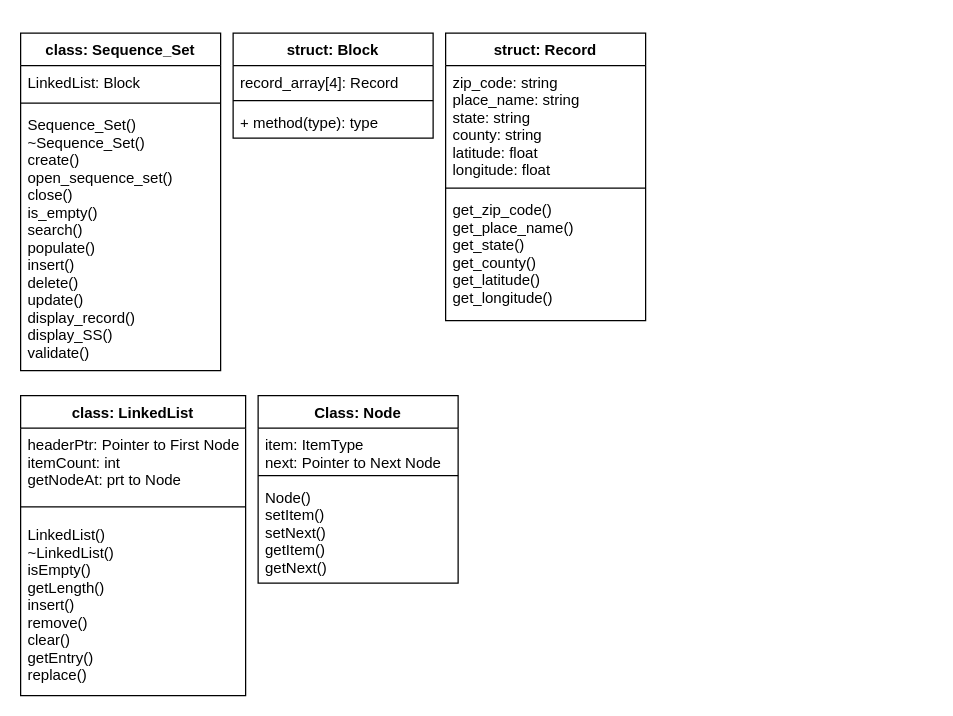
Above: UML.drawio in chrismd2/CSci-331-Goup-6 (draw.io), before the change. Source tidied: cells renumbered, new cells numbered last; positions are measured from the earlier drawing's top-left corner, leaving out a move shared by most shapes. Both pictures are drawn from the tidied source at 125%, with x=0, y=0 at pixel (20, 32).
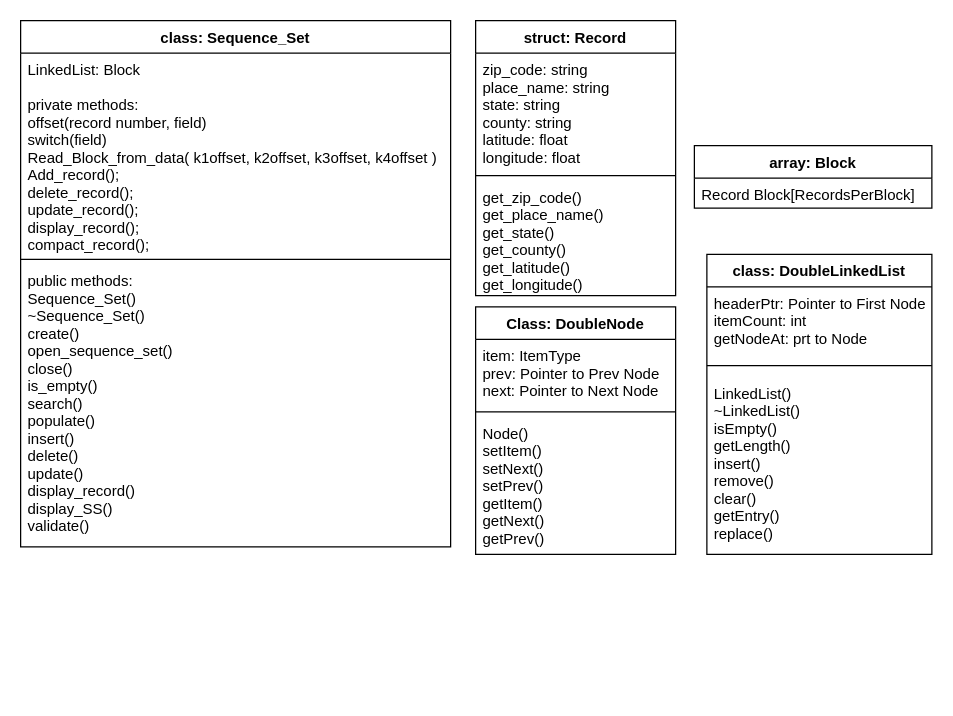
After the change.

Commit message:
Update UML with private methods and to doubley linked list

What changed in the source:
```diff
@@
     <mxCell id="2" value="class: Sequence_Set" style="swimlane;fontStyle=1;align=center;verticalAlign=top;horizontal=1;startSize=26;" parent="1" vertex="1">
-      <mxGeometry width="160" height="270" as="geometry" />
+      <mxGeometry y="-10" width="344" height="421" as="geometry" />
     </mxCell>
-    <mxCell id="3" value="LinkedList: Block" style="text;strokeColor=none;fillColor=none;align=left;verticalAlign=top;spacingLeft=4;spacingRight=4;overflow=hidden;" parent="2" vertex="1">
-      <mxGeometry y="26" width="160" height="26" as="geometry" />
+    <mxCell id="3" value="LinkedList: Block&#10;&#10;private methods:&#10;offset(record number, field)&#10;switch(field)&#10;Read_Block_from_data( k1offset, k2offset, k3offset, k4offset )&#10;Add_record();&#10;delete_record();&#10;update_record();&#10;display_record();&#10;compact_record();&#10;" style="text;strokeColor=none;fillColor=none;align=left;verticalAlign=top;spacingLeft=4;spacingRight=4;overflow=hidden;" parent="2" vertex="1">
+      <mxGeometry y="26" width="344" height="161" as="geometry" />
     </mxCell>
     <mxCell id="4" style="line;strokeWidth=1;fillColor=none;align=left;verticalAlign=middle;spacingTop=-1;spacingLeft=3;spacingRight=3;labelPosition=right;" parent="2" vertex="1">
-      <mxGeometry y="52" width="160" height="8" as="geometry" />
+      <mxGeometry y="187" width="344" height="8" as="geometry" />
     </mxCell>
-    <mxCell id="5" value="Sequence_Set()&#10;~Sequence_Set()&#10;create()&#10;open_sequence_set()&#10;close()&#10;is_empty()&#10;search()&#10;populate()&#10;insert()&#10;delete()&#10;update()&#10;display_record()&#10;display_SS()&#10;validate()" style="text;strokeColor=none;fillColor=none;align=left;verticalAlign=top;spacingLeft=4;spacingRight=4;overflow=hidden;" parent="2" vertex="1">
-      <mxGeometry y="60" width="160" height="210" as="geometry" />
+    <mxCell id="5" value="public methods:&#10;Sequence_Set()&#10;~Sequence_Set()&#10;create()&#10;open_sequence_set()&#10;close()&#10;is_empty()&#10;search()&#10;populate()&#10;insert()&#10;delete()&#10;update()&#10;display_record()&#10;display_SS()&#10;validate()" style="text;strokeColor=none;fillColor=none;align=left;verticalAlign=top;spacingLeft=4;spacingRight=4;overflow=hidden;" parent="2" vertex="1">
+      <mxGeometry y="195" width="344" height="226" as="geometry" />
     </mxCell>
     <mxCell id="6" value="struct: Record" style="swimlane;fontStyle=1;align=center;verticalAlign=top;horizontal=1;startSize=26;" parent="1" vertex="1">
-      <mxGeometry x="340" width="160" height="230" as="geometry" />
+      <mxGeometry x="364" y="-10" width="160" height="220" as="geometry" />
     </mxCell>
@@
     <mxCell id="9" value="get_zip_code()&#10;get_place_name()&#10;get_state()&#10;get_county()&#10;get_latitude()&#10;get_longitude()" style="text;strokeColor=none;fillColor=none;align=left;verticalAlign=top;spacingLeft=4;spacingRight=4;overflow=hidden;" parent="6" vertex="1">
-      <mxGeometry y="128" width="160" height="102" as="geometry" />
+      <mxGeometry y="128" width="160" height="92" as="geometry" />
     </mxCell>
-    <mxCell id="10" value="class: LinkedList" style="swimlane;fontStyle=1;align=center;verticalAlign=top;horizontal=1;startSize=26;" parent="1" vertex="1">
-      <mxGeometry y="290" width="180" height="240" as="geometry" />
+    <mxCell id="10" value="class: DoubleLinkedList" style="swimlane;fontStyle=1;align=center;verticalAlign=top;horizontal=1;startSize=26;" parent="1" vertex="1">
+      <mxGeometry x="549" y="177" width="180" height="240" as="geometry" />
     </mxCell>
@@
-    <mxCell id="14" value="Class: Node" style="swimlane;fontStyle=1;align=center;verticalAlign=top;horizontal=1;startSize=26;" parent="1" vertex="1">
-      <mxGeometry x="190" y="290" width="160" height="150" as="geometry" />
+    <mxCell id="14" value="Class: DoubleNode" style="swimlane;fontStyle=1;align=center;verticalAlign=top;horizontal=1;startSize=26;" parent="1" vertex="1">
+      <mxGeometry x="364" y="219" width="160" height="198" as="geometry" />
     </mxCell>
-    <mxCell id="15" value="item: ItemType&#10;next: Pointer to Next Node" style="text;strokeColor=none;fillColor=none;align=left;verticalAlign=top;spacingLeft=4;spacingRight=4;overflow=hidden;" parent="14" vertex="1">
-      <mxGeometry y="26" width="160" height="34" as="geometry" />
+    <mxCell id="15" value="item: ItemType&#10;prev: Pointer to Prev Node&#10;next: Pointer to Next Node&#10;" style="text;strokeColor=none;fillColor=none;align=left;verticalAlign=top;spacingLeft=4;spacingRight=4;overflow=hidden;" parent="14" vertex="1">
+      <mxGeometry y="26" width="160" height="54" as="geometry" />
     </mxCell>
     <mxCell id="16" style="line;strokeWidth=1;fillColor=none;align=left;verticalAlign=middle;spacingTop=-1;spacingLeft=3;spacingRight=3;labelPosition=right;" parent="14" vertex="1">
-      <mxGeometry y="60" width="160" height="8" as="geometry" />
+      <mxGeometry y="80" width="160" height="8" as="geometry" />
     </mxCell>
-    <mxCell id="17" value="Node()&#10;setItem()&#10;setNext()&#10;getItem()&#10;getNext()" style="text;strokeColor=none;fillColor=none;align=left;verticalAlign=top;spacingLeft=4;spacingRight=4;overflow=hidden;" parent="14" vertex="1">
-      <mxGeometry y="68" width="160" height="82" as="geometry" />
+    <mxCell id="17" value="Node()&#10;setItem()&#10;setNext()&#10;setPrev()&#10;getItem()&#10;getNext()&#10;getPrev()" style="text;strokeColor=none;fillColor=none;align=left;verticalAlign=top;spacingLeft=4;spacingRight=4;overflow=hidden;" parent="14" vertex="1">
+      <mxGeometry y="88" width="160" height="110" as="geometry" />
     </mxCell>
-    <mxCell id="18" value="struct: Block" style="swimlane;fontStyle=1;align=center;verticalAlign=top;horizontal=1;startSize=26;" parent="1" vertex="1">
-      <mxGeometry x="170" width="160" height="84" as="geometry" />
+    <mxCell id="18" value="array: Block" style="swimlane;fontStyle=1;align=center;verticalAlign=top;horizontal=1;startSize=26;" parent="1" vertex="1">
+      <mxGeometry x="539" y="90" width="190" height="50" as="geometry" />
     </mxCell>
-    <mxCell id="19" value="record_array[4]: Record" style="text;strokeColor=none;fillColor=none;align=left;verticalAlign=top;spacingLeft=4;spacingRight=4;overflow=hidden;" parent="18" vertex="1">
-      <mxGeometry y="26" width="160" height="24" as="geometry" />
+    <mxCell id="19" value="Record Block[RecordsPerBlock]" style="text;strokeColor=none;fillColor=none;align=left;verticalAlign=top;spacingLeft=4;spacingRight=4;overflow=hidden;" parent="18" vertex="1">
+      <mxGeometry y="26" width="190" height="24" as="geometry" />
     </mxCell>
-    <mxCell id="20" style="line;strokeWidth=1;fillColor=none;align=left;verticalAlign=middle;spacingTop=-1;spacingLeft=3;spacingRight=3;labelPosition=right;" parent="18" vertex="1">
-      <mxGeometry y="50" width="160" height="8" as="geometry" />
-    </mxCell>
-    <mxCell id="21" value="+ method(type): type" style="text;strokeColor=none;fillColor=none;align=left;verticalAlign=top;spacingLeft=4;spacingRight=4;overflow=hidden;" parent="18" vertex="1">
-      <mxGeometry y="58" width="160" height="26" as="geometry" />
-    </mxCell>
```
